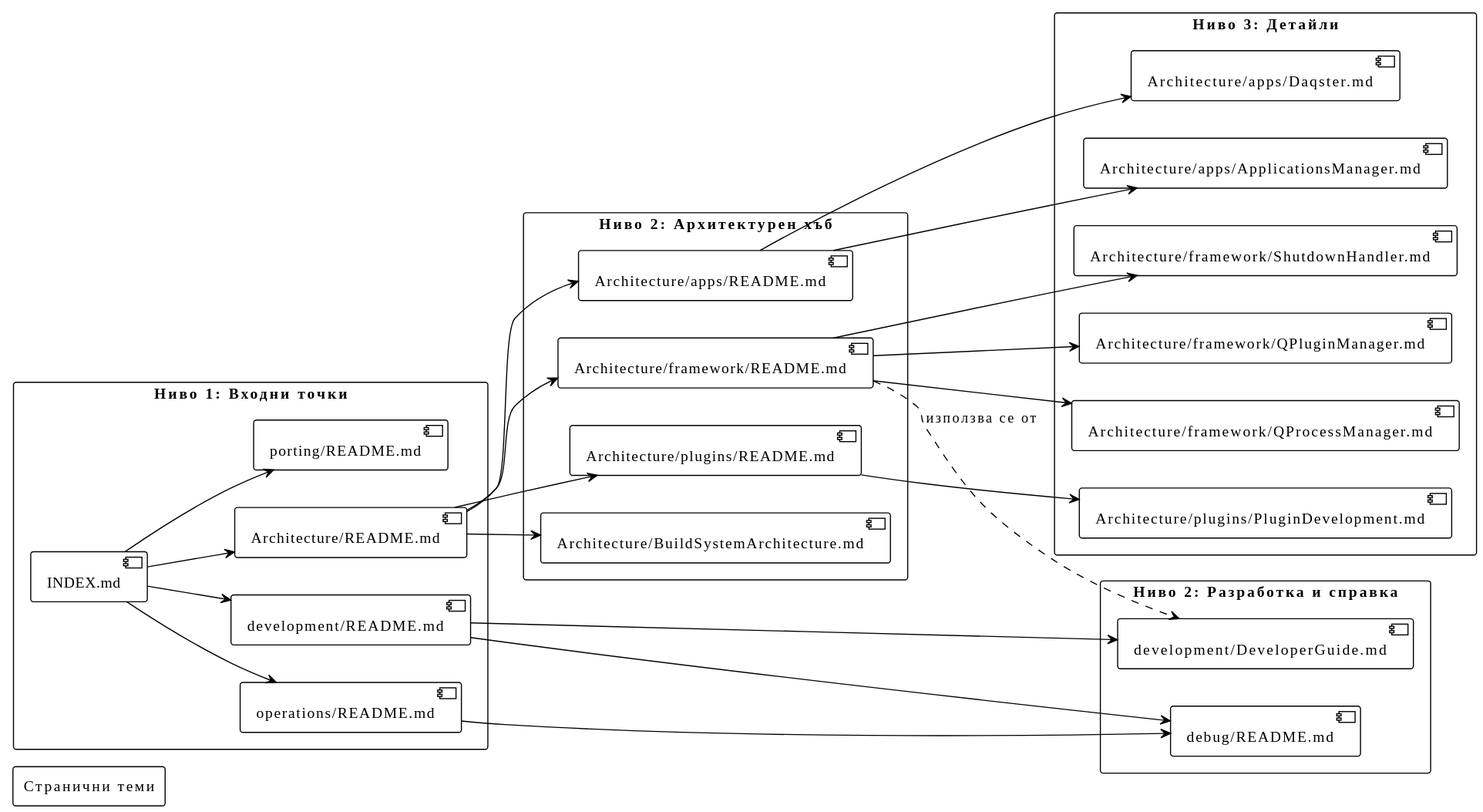
Before: docs/diagrams/documentation_hierarchy.svg, a diagram exported from PlantUML (samiavasil/Daqster).
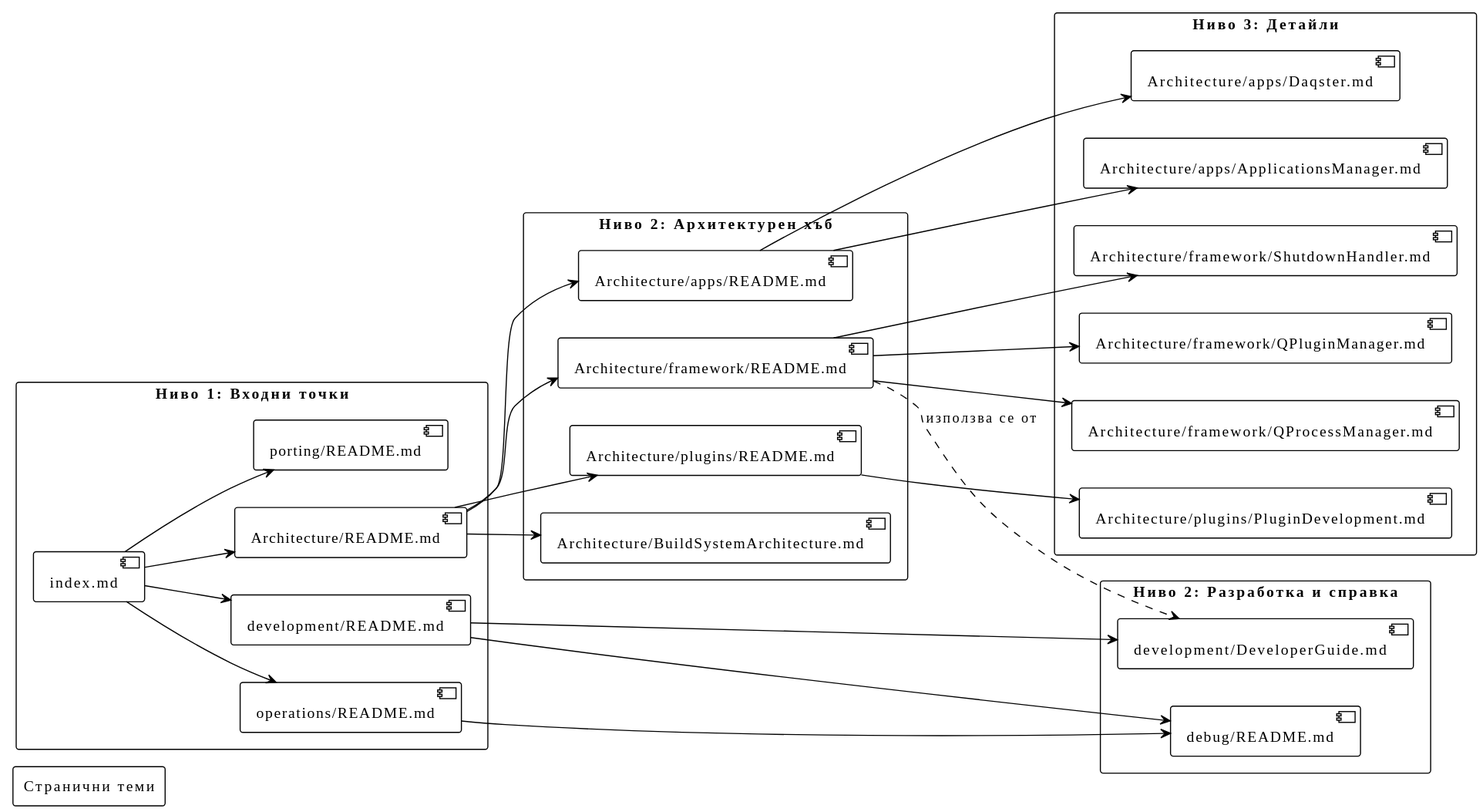
Later version of the same file.

The edit, as a diff of the source:
```diff
@@ -5,7 +5,7 @@
 skinparam shadowing false
 
 package "Ниво 1: Входни точки" {
-  [INDEX.md] as IDX
+  [index.md] as IDX
   [Architecture/README.md] as ARCH
   [development/README.md] as DEVTOP
   [operations/README.md] as OPS
```
